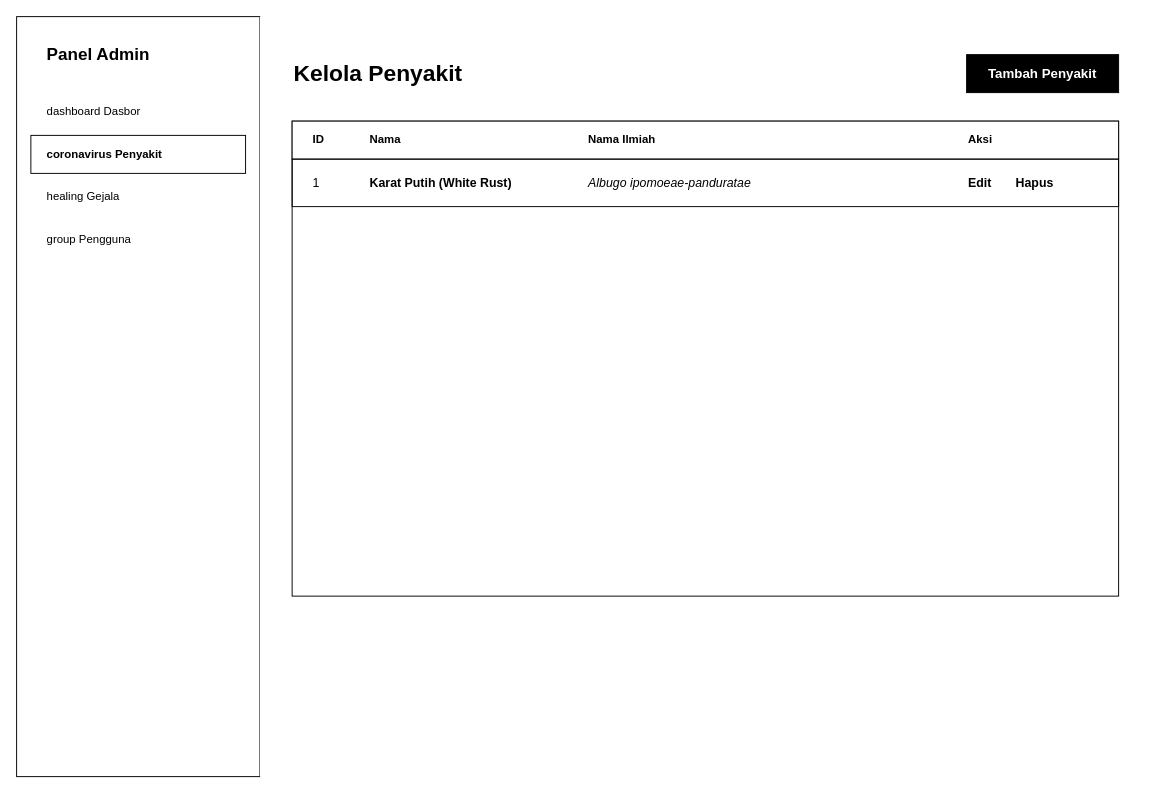
Earlier version of the draw.io diagram diagram/desain/admin-lihat-penyakit.drawio (RajaSunrise/kangkungku). Source tidied: cells renumbered, new cells numbered last; positions are measured from the earlier drawing's top-left corner, leaving out a move shared by most shapes. Both pictures are drawn from the tidied source at 95%, with x=0, y=0 at pixel (16, 16).
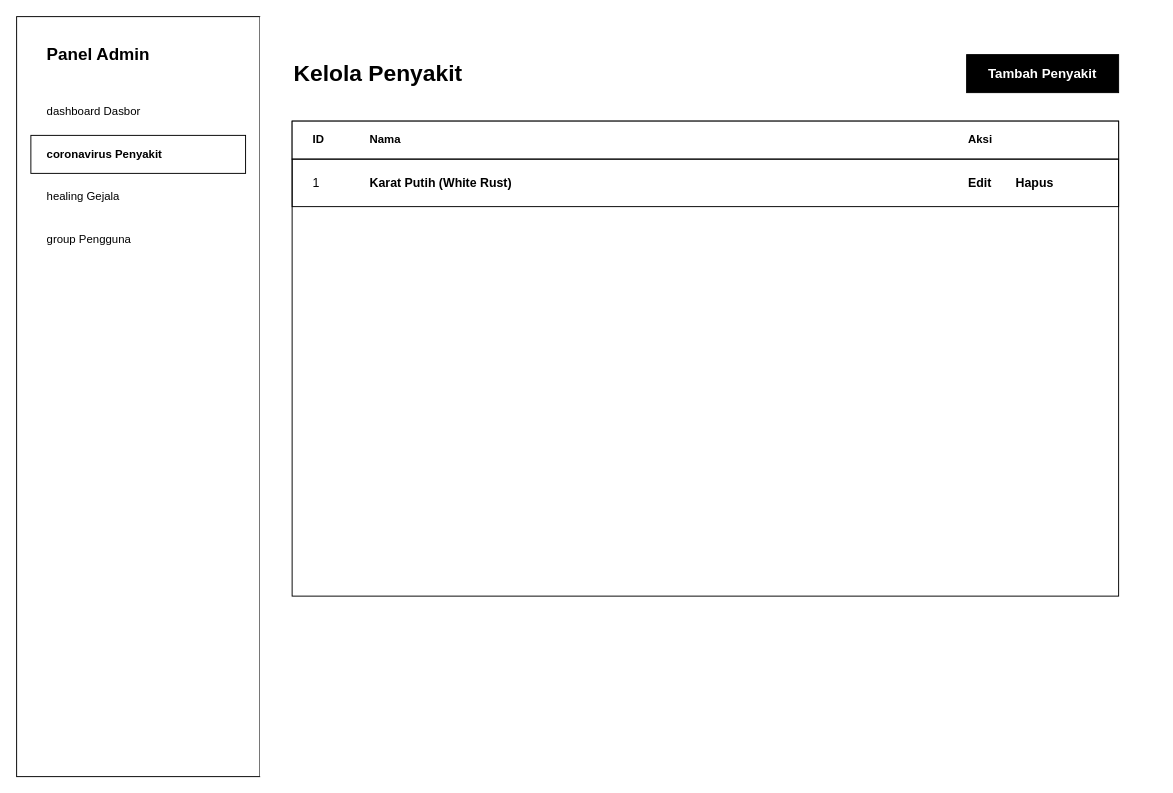
The same page after the edit.

What changed in the source:
```diff
@@
     <mxCell id="14" value="Nama" style="text;html=1;strokeColor=none;fillColor=none;align=left;verticalAlign=middle;whiteSpace=wrap;rounded=0;fontColor=#000000;fontSize=12;fontStyle=1;" parent="1" vertex="1">
-      <mxGeometry x="370" y="115" width="200" height="30" as="geometry" />
+      <mxGeometry x="370" y="115" width="600" height="30" as="geometry" />
     </mxCell>
-    <mxCell id="15" value="Nama Ilmiah" style="text;html=1;strokeColor=none;fillColor=none;align=left;verticalAlign=middle;whiteSpace=wrap;rounded=0;fontColor=#000000;fontSize=12;fontStyle=1;" parent="1" vertex="1">
-      <mxGeometry x="600" y="115" width="200" height="30" as="geometry" />
-    </mxCell>
@@
     <mxCell id="19" value="Karat Putih (White Rust)" style="text;html=1;strokeColor=none;fillColor=none;align=left;verticalAlign=middle;whiteSpace=wrap;rounded=0;fontColor=#000000;fontSize=13;fontStyle=1;" parent="1" vertex="1">
-      <mxGeometry x="370" y="160" width="200" height="30" as="geometry" />
+      <mxGeometry x="370" y="160" width="600" height="30" as="geometry" />
     </mxCell>
-    <mxCell id="20" value="Albugo ipomoeae-panduratae" style="text;html=1;strokeColor=none;fillColor=none;align=left;verticalAlign=middle;whiteSpace=wrap;rounded=0;fontColor=#000000;fontSize=13;fontStyle=2;" parent="1" vertex="1">
-      <mxGeometry x="600" y="160" width="200" height="30" as="geometry" />
-    </mxCell>
```
